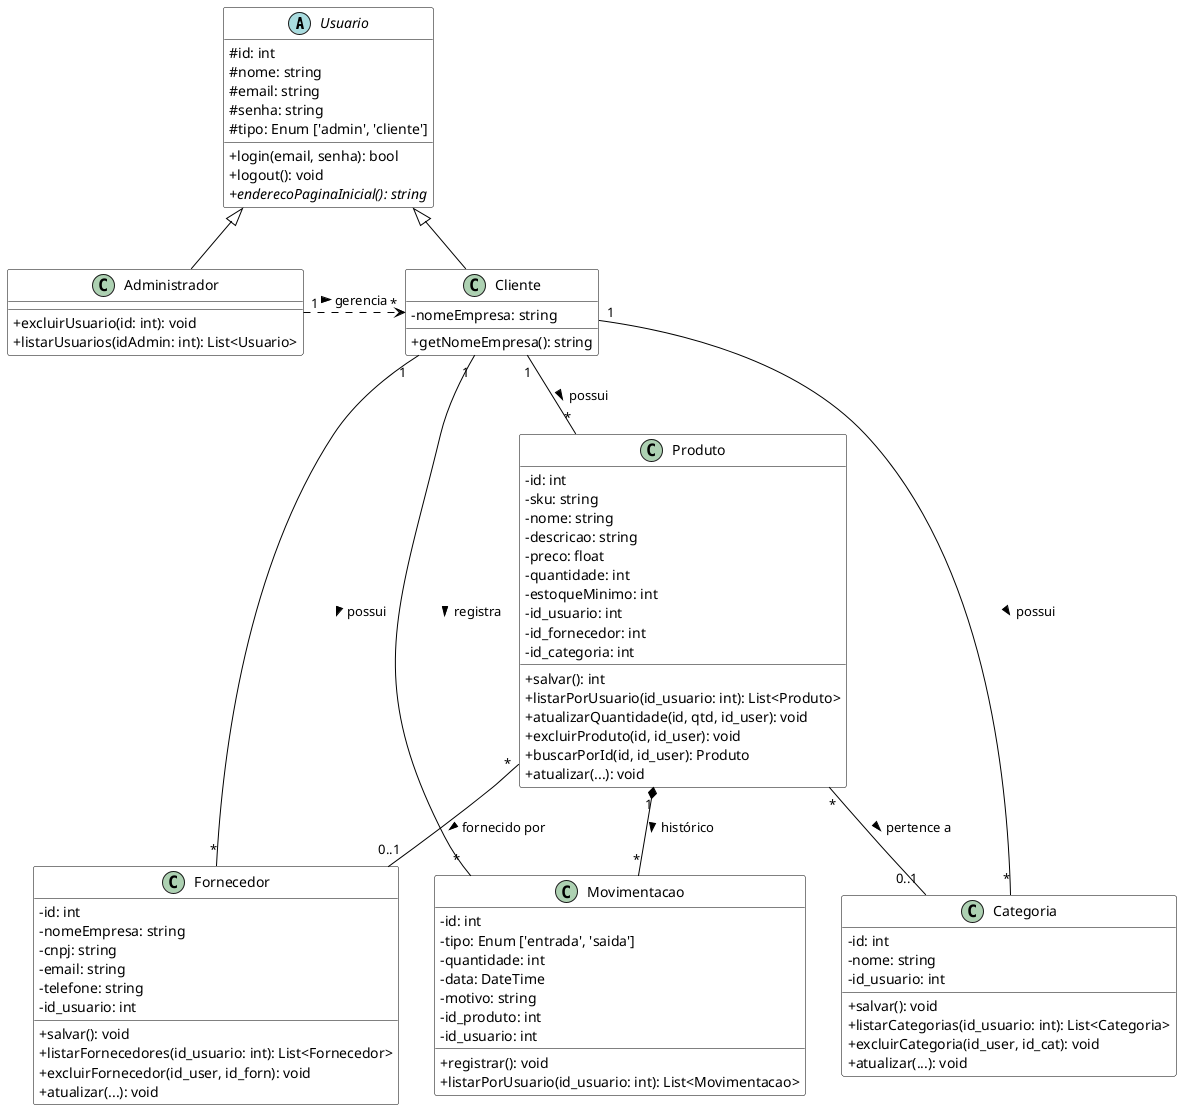
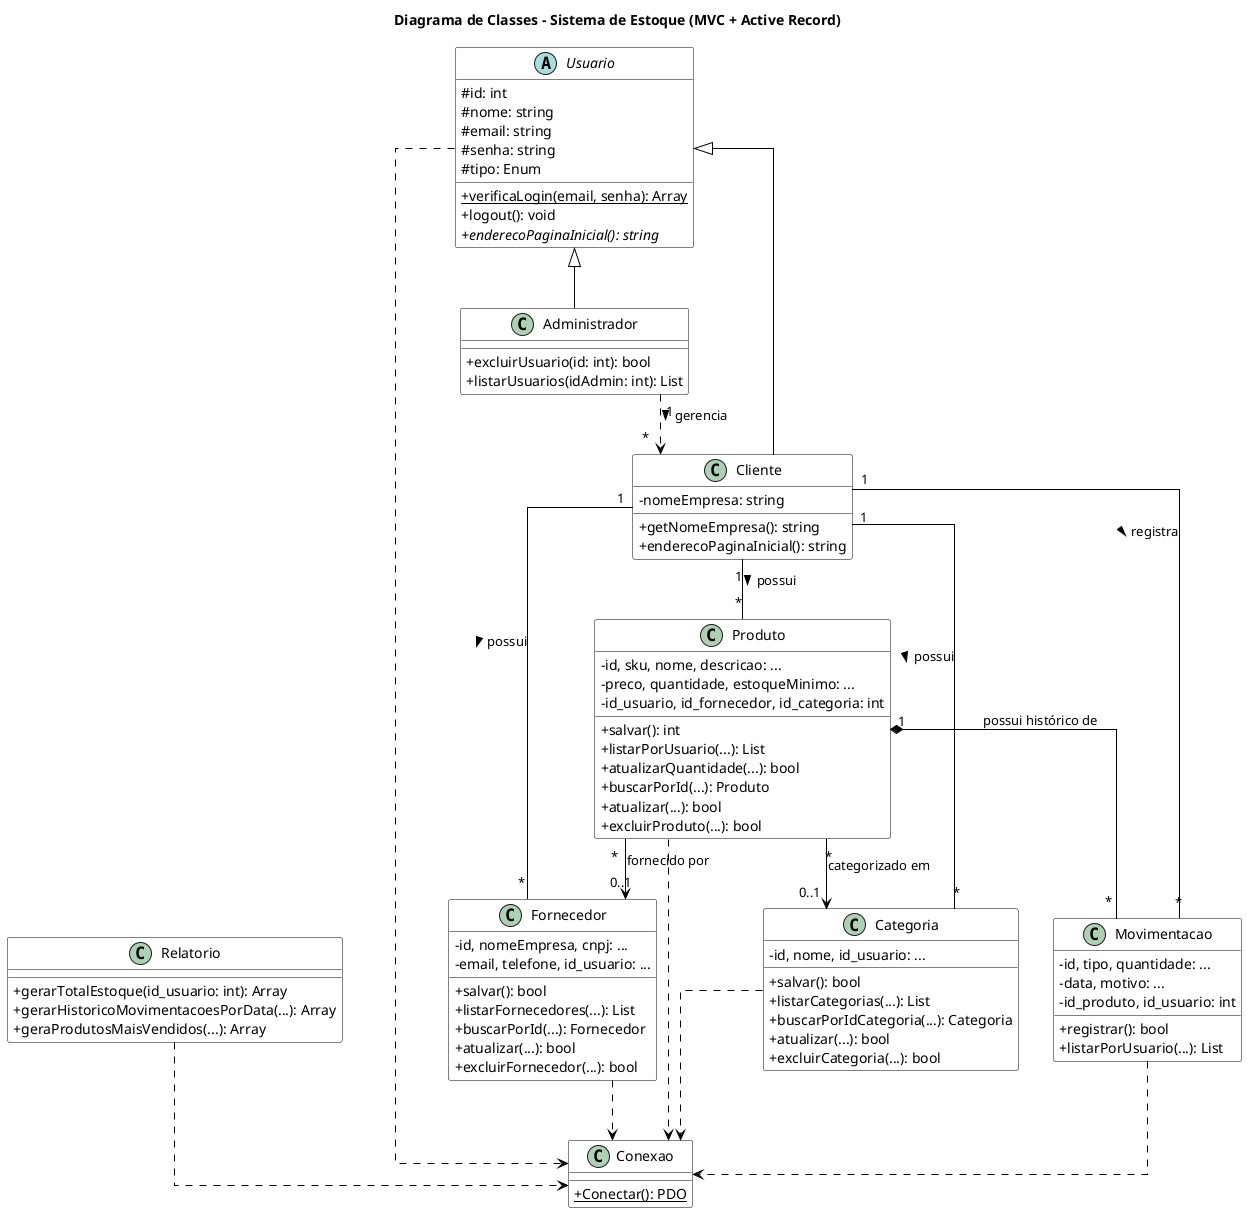
@startuml
- 
' Configurações visuais
skinparam classAttributeIconSize 0
skinparam classBackgroundColor White
skinparam classBorderColor Black
skinparam classArrowColor Black
+ skinparam linetype ortho

- ' --- Classes de Usuário ---
+ title Diagrama de Classes - Sistema de Estoque (MVC + Active Record)
+ 
+ ' ==========================================
+ ' INFRAESTRUTURA (Singleton)
+ ' ==========================================
+ class Conexao {
+     + {static} Conectar(): PDO
+ }
+ 
+ ' ==========================================
+ ' MODEL - SERVIÇOS
+ ' ==========================================
+ 
+ class Relatorio {
+     ' Classe de Serviço: Processa dados sem manter estado persistente
+     + gerarTotalEstoque(id_usuario: int): Array
+     + gerarHistoricoMovimentacoesPorData(...): Array
+     + geraProdutosMaisVendidos(...): Array
+ }
+ 
+ ' ==========================================
+ ' MODEL - ENTIDADES DE NEGÓCIO
+ ' ==========================================

abstract class Usuario {
    # id: int
    # nome: string
    # email: string
    # senha: string
-     # tipo: Enum ['admin', 'cliente']
-     + login(email, senha): bool
+     # tipo: Enum
+     + {static} verificaLogin(email, senha): Array
    + logout(): void
    {abstract} + enderecoPaginaInicial(): string
}

class Administrador {
-     + excluirUsuario(id: int): void
-     + listarUsuarios(idAdmin: int): List<Usuario>
+     + excluirUsuario(id: int): bool
+     + listarUsuarios(idAdmin: int): List
}

class Cliente {
    - nomeEmpresa: string
    + getNomeEmpresa(): string
+     + enderecoPaginaInicial(): string
}

- ' Herança
+ class Produto {
+     - id, sku, nome, descricao: ...
+     - preco, quantidade, estoqueMinimo: ...
+     - id_usuario, id_fornecedor, id_categoria: int
+     + salvar(): int
+     + listarPorUsuario(...): List
+     + atualizarQuantidade(...): bool
+     + buscarPorId(...): Produto
+     + atualizar(...): bool
+     + excluirProduto(...): bool
+ }
+ 
+ class Fornecedor {
+     - id, nomeEmpresa, cnpj: ...
+     - email, telefone, id_usuario: ...
+     + salvar(): bool
+     + listarFornecedores(...): List
+     + buscarPorId(...): Fornecedor
+     + atualizar(...): bool
+     + excluirFornecedor(...): bool
+ }
+ 
+ class Categoria {
+     - id, nome, id_usuario: ...
+     + salvar(): bool
+     + listarCategorias(...): List
+     + buscarPorIdCategoria(...): Categoria
+     + atualizar(...): bool
+     + excluirCategoria(...): bool
+ }
+ 
+ class Movimentacao {
+     - id, tipo, quantidade: ...
+     - data, motivo: ...
+     - id_produto, id_usuario: int
+     + registrar(): bool
+     + listarPorUsuario(...): List
+ }
+ 
+ ' ==========================================
+ ' RELACIONAMENTOS E DEPENDÊNCIAS
+ ' ==========================================
+ 
+ ' 1. Herança (É um...)
Usuario <|-- Administrador
Usuario <|-- Cliente

- ' --- Classes de Domínio (Estoque) ---
+ ' 2. Dependência de Infraestrutura (Todos usam Conexao para operar no BD)
+ ' Isso reflete o require_once 'Conexao.php' e Conexao::Conectar()
+ Usuario ..> Conexao
+ Relatorio ..> Conexao
+ Produto ..> Conexao
+ Fornecedor ..> Conexao
+ Categoria ..> Conexao
+ Movimentacao ..> Conexao

- class Produto {
-     - id: int
-     - sku: string
-     - nome: string
-     - descricao: string
-     - preco: float
-     - quantidade: int
-     - estoqueMinimo: int
-     - id_usuario: int
-     - id_fornecedor: int
-     - id_categoria: int
-     + salvar(): int
-     + listarPorUsuario(id_usuario: int): List<Produto>
-     + atualizarQuantidade(id, qtd, id_user): void
-     + excluirProduto(id, id_user): void
-     + buscarPorId(id, id_user): Produto
-     + atualizar(...): void
- }
+ ' 3. Associações de Negócio
+ Administrador "1" ..> "*" Cliente : gerencia >

- class Fornecedor {
-     - id: int
-     - nomeEmpresa: string
-     - cnpj: string
-     - email: string
-     - telefone: string
-     - id_usuario: int
-     + salvar(): void
-     + listarFornecedores(id_usuario: int): List<Fornecedor>
-     + excluirFornecedor(id_user, id_forn): void
-     + atualizar(...): void
- }
- 
- class Categoria {
-     - id: int
-     - nome: string
-     - id_usuario: int
-     + salvar(): void
-     + listarCategorias(id_usuario: int): List<Categoria>
-     + excluirCategoria(id_user, id_cat): void
-     + atualizar(...): void
- }
- 
- class Movimentacao {
-     - id: int
-     - tipo: Enum ['entrada', 'saida']
-     - quantidade: int
-     - data: DateTime
-     - motivo: string
-     - id_produto: int
-     - id_usuario: int
-     + registrar(): void
-     + listarPorUsuario(id_usuario: int): List<Movimentacao>
- }
- 
- ' --- Relacionamentos ---
- 
- ' Admin gerencia Clientes
- Administrador "1" .right.> "*" Cliente : gerencia >
- 
- ' Cliente possui seus dados (Multi-tenancy / Isolamento)
+ ' Composição/Agregação (Cliente é o dono dos dados - Multi Tenancy)
Cliente "1" -- "*" Produto : possui >
Cliente "1" -- "*" Fornecedor : possui >
Cliente "1" -- "*" Categoria : possui >
- 
- ' Relação de autoria da movimentação
Cliente "1" -- "*" Movimentacao : registra >

- ' Relacionamentos do Produto
- ' 0..1 significa que o fornecedor/categoria pode ser nulo (se for deletado)
- Produto "*" -- "0..1" Fornecedor : fornecido por >
- Produto "*" -- "0..1" Categoria : pertence a >
- 
- ' Composição: Movimentação só existe se houver produto
- Produto "1" *-- "*" Movimentacao : histórico >
- 
+ ' Relacionamentos entre tabelas (Foreign Keys no código)
+ Produto "*" --> "0..1" Fornecedor : fornecido por
+ Produto "*" --> "0..1" Categoria : categorizado em
+ Produto "1" *-- "*" Movimentacao : possui histórico de
@enduml